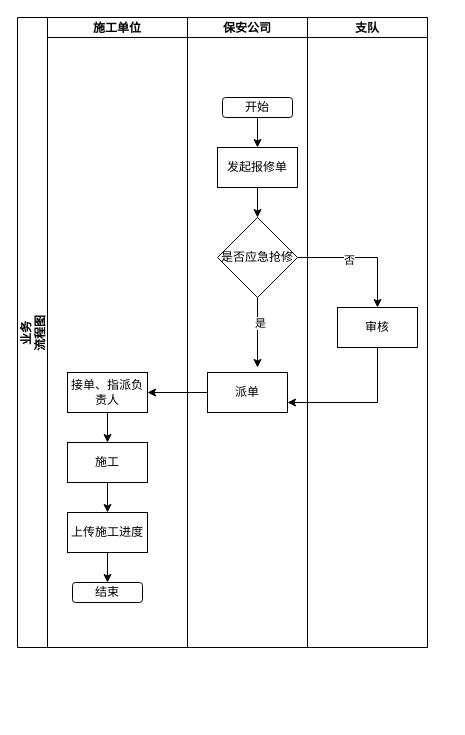
This is 未命名绘图1111.drawio from huyongchao98/dapp, a draw.io file, before an edit. Source tidied: cells renumbered, new cells numbered last; positions are measured from the earlier drawing's top-left corner, leaving out a move shared by most shapes. Both pictures are drawn from the tidied source at 100%, with x=0, y=0 at pixel (17, 17).
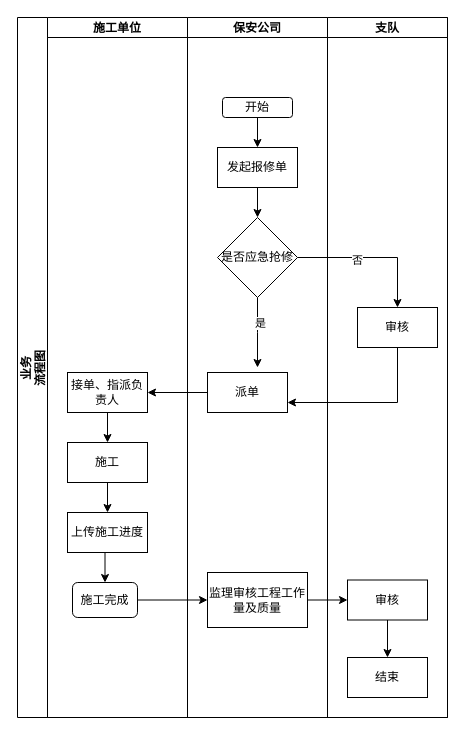
After the change.

Commit message:
更新未命名绘图1111.drawio

The change refers to these unchanged cells:
```xml
<mxCell id="15" value="派单" style="rounded=0;whiteSpace=wrap;html=1;" parent="14" vertex="1">
  <mxGeometry x="20" y="355" width="80" height="40" as="geometry" />
</mxCell>
<mxCell id="24" value="审核" style="rounded=0;whiteSpace=wrap;html=1;" parent="23" vertex="1">
  <mxGeometry x="30" y="290" width="80" height="40" as="geometry" />
</mxCell>
```

Change to the diagram source:
```diff
@@
     <mxCell id="2" value="业务&#10;流程图" style="swimlane;startSize=30;horizontal=0;" parent="1" vertex="1">
-      <mxGeometry width="410" height="630" as="geometry" />
+      <mxGeometry width="430" height="700" as="geometry" />
     </mxCell>
@@
     <mxCell id="4" value="施工单位" style="swimlane;startSize=20;" parent="2" vertex="1">
-      <mxGeometry x="30" width="140" height="630" as="geometry" />
+      <mxGeometry x="30" width="140" height="700" as="geometry" />
     </mxCell>
@@
-    <mxCell id="11" value="结束" style="rounded=1;whiteSpace=wrap;html=1;" parent="4" vertex="1">
-      <mxGeometry x="25" y="565" width="70" height="20" as="geometry" />
+    <mxCell id="11" value="施工完成" style="rounded=1;whiteSpace=wrap;html=1;" parent="4" vertex="1">
+      <mxGeometry x="25" y="565" width="65" height="35" as="geometry" />
     </mxCell>
@@
     <mxCell id="14" value="保安公司" style="swimlane;startSize=20;" parent="2" vertex="1">
-      <mxGeometry x="170" width="120" height="630" as="geometry" />
+      <mxGeometry x="170" width="140" height="700" as="geometry" />
     </mxCell>
@@
+    <mxCell id="26" value="监理审核工程工作量及质量" style="rounded=0;whiteSpace=wrap;html=1;" parent="14" vertex="1">
+      <mxGeometry x="20" y="555" width="100" height="55" as="geometry" />
+    </mxCell>
     <mxCell id="23" value="支队" style="swimlane;startSize=20;" parent="2" vertex="1">
-      <mxGeometry x="290" width="120" height="630" as="geometry" />
+      <mxGeometry x="310" width="120" height="700" as="geometry" />
     </mxCell>
@@
+    <mxCell id="27" style="edgeStyle=orthogonalEdgeStyle;rounded=0;jettySize=auto;html=1;entryX=0.5;entryY=0;entryDx=0;entryDy=0;" parent="23" edge="1" source="28" target="29">
+      <mxGeometry relative="1" as="geometry" />
+    </mxCell>
+    <mxCell id="28" value="审核" style="rounded=0;whiteSpace=wrap;html=1;" parent="23" vertex="1">
+      <mxGeometry x="20" y="562.5" width="80" height="40" as="geometry" />
+    </mxCell>
+    <mxCell id="29" value="结束" style="rounded=0;whiteSpace=wrap;html=1;" parent="23" vertex="1">
+      <mxGeometry x="20" y="640" width="80" height="40" as="geometry" />
+    </mxCell>
     <mxCell id="25" style="edgeStyle=orthogonalEdgeStyle;rounded=0;jettySize=auto;html=1;entryX=1;entryY=0.75;entryDx=0;entryDy=0;exitX=0.5;exitY=1;exitDx=0;exitDy=0;" parent="2" edge="1" source="24" target="15">
       <mxGeometry relative="1" as="geometry">
         <Array as="points">
-          <mxPoint x="360" y="385" />
+          <mxPoint x="380" y="385" />
         </Array>
       </mxGeometry>
     </mxCell>
+    <mxCell id="30" style="edgeStyle=orthogonalEdgeStyle;rounded=0;jettySize=auto;html=1;exitX=1;exitY=0.5;exitDx=0;exitDy=0;entryX=0;entryY=0.5;entryDx=0;entryDy=0;" parent="2" edge="1" source="11" target="26">
+      <mxGeometry relative="1" as="geometry" />
+    </mxCell>
+    <mxCell id="31" style="edgeStyle=orthogonalEdgeStyle;rounded=0;jettySize=auto;html=1;exitX=1;exitY=0.5;exitDx=0;exitDy=0;entryX=0;entryY=0.5;entryDx=0;entryDy=0;" parent="2" edge="1" source="26" target="28">
+      <mxGeometry relative="1" as="geometry" />
+    </mxCell>
```
